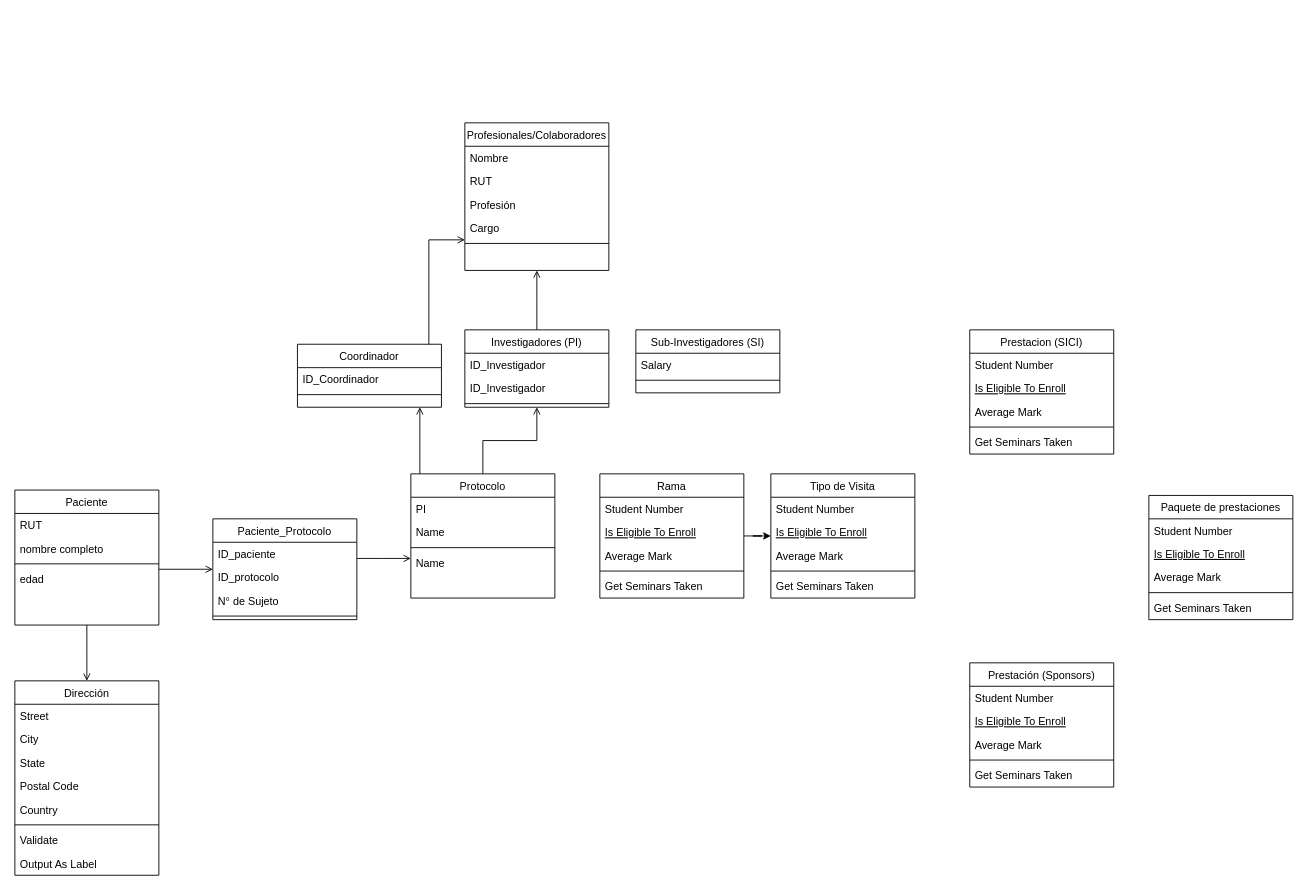
Before: UIDO_Protocolos.drawio in ietchart/UIDO, a draw.io diagram. Source tidied: cells renumbered, new cells numbered last; positions are measured from the earlier drawing's top-left corner, leaving out a move shared by most shapes. Both pictures are drawn from the tidied source at 90%, with x=0, y=0 at pixel (14, 122).
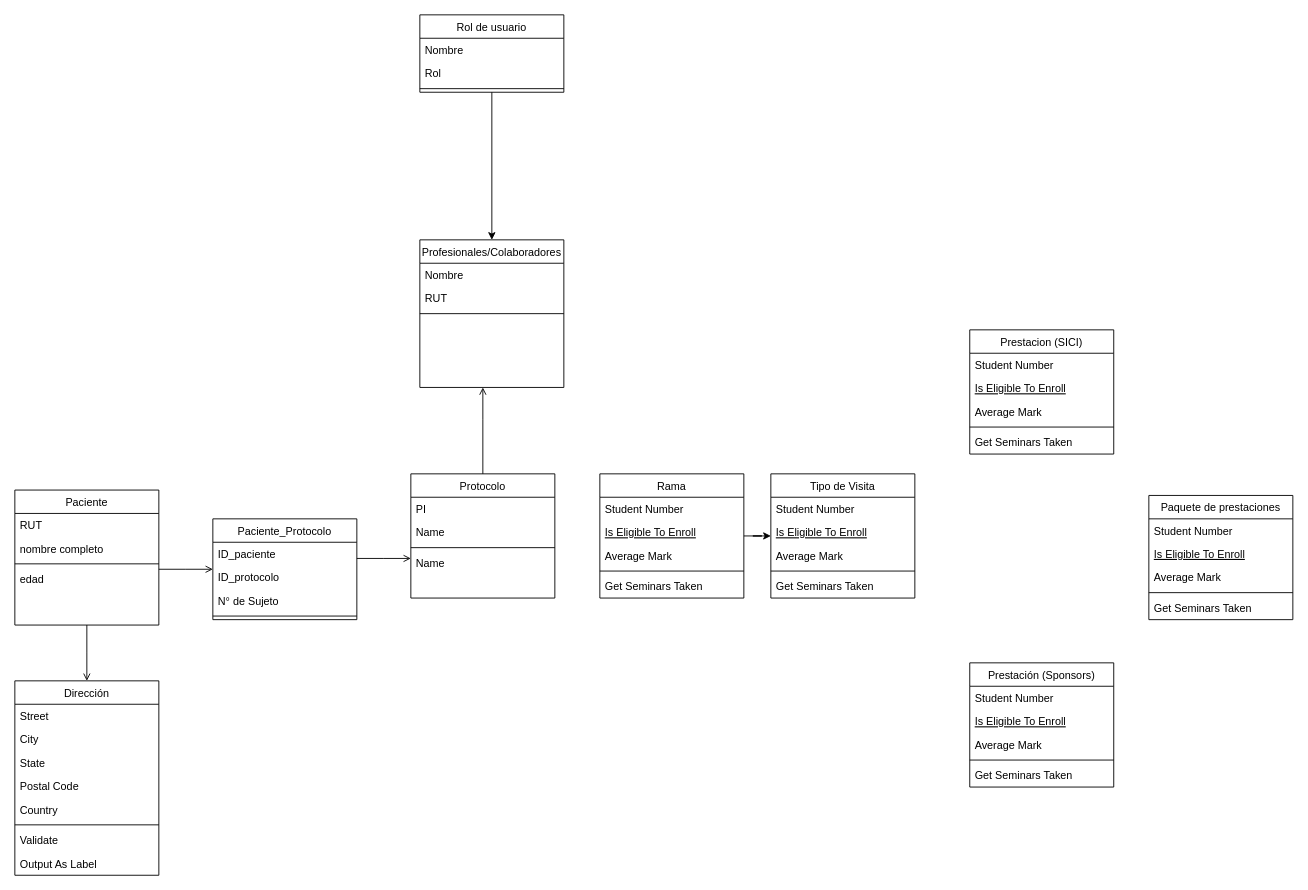
The same page after the edit.

The change refers to these unchanged cells:
```xml
<mxCell id="2" value="Protocolo" style="swimlane;fontStyle=0;align=center;verticalAlign=top;horizontal=1;startSize=26;rounded=0;shadow=0;strokeWidth=1;" parent="1" vertex="1">
  <mxGeometry x="440" y="390" width="160" height="138" as="geometry" />
</mxCell>
```

What changed in the source:
```diff
@@
-    <mxCell id="13" value="Investigadores (PI)&#10;" style="swimlane;fontStyle=0;align=center;verticalAlign=top;horizontal=1;startSize=26;rounded=0;shadow=0;strokeWidth=1;" parent="1" vertex="1">
-      <mxGeometry x="500" y="230" width="160" height="86" as="geometry" />
-    </mxCell>
-    <mxCell id="14" value="ID_Investigador" style="text;align=left;verticalAlign=top;spacingLeft=4;spacingRight=4;overflow=hidden;" parent="13" vertex="1">
-      <mxGeometry y="26" width="160" height="26" as="geometry" />
-    </mxCell>
-    <mxCell id="15" value="ID_Investigador" style="text;align=left;verticalAlign=top;spacingLeft=4;spacingRight=4;overflow=hidden;" parent="13" vertex="1">
-      <mxGeometry y="52" width="160" height="26" as="geometry" />
-    </mxCell>
-    <mxCell id="16" style="line;html=1;strokeWidth=1;align=left;verticalAlign=middle;spacingTop=-1;spacingLeft=3;spacingRight=3;labelPosition=right;" parent="13" vertex="1">
-      <mxGeometry y="78" width="160" height="8" as="geometry" />
-    </mxCell>
@@
-    <mxCell id="52" value="Sub-Investigadores (SI)&#10;" style="swimlane;fontStyle=0;align=center;verticalAlign=top;horizontal=1;startSize=26;rounded=0;shadow=0;strokeWidth=1;" parent="1" vertex="1">
-      <mxGeometry x="690" y="230" width="160" height="70" as="geometry" />
-    </mxCell>
-    <mxCell id="53" value="Salary" style="text;align=left;verticalAlign=top;spacingLeft=4;spacingRight=4;overflow=hidden;" parent="52" vertex="1">
-      <mxGeometry y="26" width="160" height="26" as="geometry" />
-    </mxCell>
-    <mxCell id="54" style="line;html=1;strokeWidth=1;align=left;verticalAlign=middle;spacingTop=-1;spacingLeft=3;spacingRight=3;labelPosition=right;" parent="52" vertex="1">
-      <mxGeometry y="52" width="160" height="8" as="geometry" />
-    </mxCell>
-    <mxCell id="55" value="Coordinador" style="swimlane;fontStyle=0;align=center;verticalAlign=top;horizontal=1;startSize=26;rounded=0;shadow=0;strokeWidth=1;" parent="1" vertex="1">
-      <mxGeometry x="314" y="246" width="160" height="70" as="geometry" />
-    </mxCell>
-    <mxCell id="56" value="ID_Coordinador" style="text;align=left;verticalAlign=top;spacingLeft=4;spacingRight=4;overflow=hidden;" parent="55" vertex="1">
-      <mxGeometry y="26" width="160" height="26" as="geometry" />
-    </mxCell>
-    <mxCell id="57" style="line;html=1;strokeWidth=1;align=left;verticalAlign=middle;spacingTop=-1;spacingLeft=3;spacingRight=3;labelPosition=right;" parent="55" vertex="1">
-      <mxGeometry y="52" width="160" height="8" as="geometry" />
-    </mxCell>
     <mxCell id="58" value="Profesionales/Colaboradores" style="swimlane;fontStyle=0;align=center;verticalAlign=top;horizontal=1;startSize=26;rounded=0;shadow=0;strokeWidth=1;" parent="1" vertex="1">
-      <mxGeometry x="500" width="160" height="164" as="geometry" />
+      <mxGeometry x="450" y="130" width="160" height="164" as="geometry" />
     </mxCell>
@@
-    <mxCell id="61" value="Profesión" style="text;align=left;verticalAlign=top;spacingLeft=4;spacingRight=4;overflow=hidden;" parent="58" vertex="1">
-      <mxGeometry y="78" width="160" height="26" as="geometry" />
-    </mxCell>
-    <mxCell id="62" value="Cargo" style="text;align=left;verticalAlign=top;spacingLeft=4;spacingRight=4;overflow=hidden;" parent="58" vertex="1">
-      <mxGeometry y="104" width="160" height="26" as="geometry" />
-    </mxCell>
     <mxCell id="63" style="line;html=1;strokeWidth=1;align=left;verticalAlign=middle;spacingTop=-1;spacingLeft=3;spacingRight=3;labelPosition=right;" parent="58" vertex="1">
-      <mxGeometry y="130" width="160" height="8" as="geometry" />
+      <mxGeometry y="78" width="160" height="8" as="geometry" />
     </mxCell>
-    <mxCell id="64" style="endArrow=open;shadow=0;strokeWidth=1;rounded=0;endFill=1;edgeStyle=elbowEdgeStyle;elbow=vertical;" parent="1" edge="1" source="2" target="13">
-      <mxGeometry x="0.5" y="41" relative="1" as="geometry">
-        <mxPoint x="-40" y="32" as="offset" />
-      </mxGeometry>
-    </mxCell>
-    <mxCell id="65" style="endArrow=open;shadow=0;strokeWidth=1;rounded=0;endFill=1;edgeStyle=elbowEdgeStyle;elbow=vertical;" parent="1" edge="1" source="13" target="58">
-      <mxGeometry x="0.5" y="41" relative="1" as="geometry">
-        <mxPoint x="-40" y="32" as="offset" />
-      </mxGeometry>
-    </mxCell>
-    <mxCell id="66" style="endArrow=open;shadow=0;strokeWidth=1;rounded=0;endFill=1;edgeStyle=elbowEdgeStyle;elbow=vertical;" parent="1" edge="1" source="2" target="55">
+    <mxCell id="66" style="endArrow=open;shadow=0;strokeWidth=1;rounded=0;endFill=1;edgeStyle=elbowEdgeStyle;elbow=vertical;" parent="1" edge="1" source="2" target="58">
       <mxGeometry x="0.5" y="41" relative="1" as="geometry">
         <Array as="points">
+          <mxPoint x="520" y="330" />
           <mxPoint x="450" y="360" />
         </Array>
         <mxPoint x="-40" y="32" as="offset" />
       </mxGeometry>
     </mxCell>
-    <mxCell id="67" style="endArrow=open;shadow=0;strokeWidth=1;rounded=0;endFill=1;edgeStyle=elbowEdgeStyle;elbow=vertical;" parent="1" edge="1" source="55" target="58">
-      <mxGeometry x="0.5" y="41" relative="1" as="geometry">
-        <Array as="points">
-          <mxPoint x="460" y="130" />
-        </Array>
-        <mxPoint x="-40" y="32" as="offset" />
-      </mxGeometry>
-    </mxCell>
@@
+    <mxCell id="80" value="Rol de usuario" style="swimlane;fontStyle=0;align=center;verticalAlign=top;horizontal=1;startSize=26;rounded=0;shadow=0;strokeWidth=1;" parent="1" vertex="1">
+      <mxGeometry x="450" y="-120" width="160" height="86" as="geometry" />
+    </mxCell>
+    <mxCell id="81" value="Nombre" style="text;align=left;verticalAlign=top;spacingLeft=4;spacingRight=4;overflow=hidden;" parent="80" vertex="1">
+      <mxGeometry y="26" width="160" height="26" as="geometry" />
+    </mxCell>
+    <mxCell id="82" value="Rol" style="text;align=left;verticalAlign=top;spacingLeft=4;spacingRight=4;overflow=hidden;" parent="80" vertex="1">
+      <mxGeometry y="52" width="160" height="26" as="geometry" />
+    </mxCell>
+    <mxCell id="16" style="line;html=1;strokeWidth=1;align=left;verticalAlign=middle;spacingTop=-1;spacingLeft=3;spacingRight=3;labelPosition=right;" parent="80" vertex="1">
+      <mxGeometry y="78" width="160" height="8" as="geometry" />
+    </mxCell>
+    <mxCell id="83" style="edgeStyle=orthogonalEdgeStyle;rounded=0;jettySize=auto;html=1;" parent="1" edge="1" source="80" target="58">
+      <mxGeometry relative="1" as="geometry" />
+    </mxCell>
```
